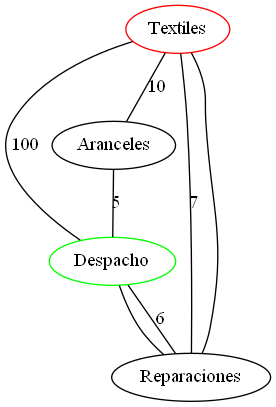
Before: Cliente/src/assets/arboles/grafo.png, a diagram exported from Graphviz (RojasCJP/EDD_VirtualMall_201900289). Its source is kept beside it as Cliente/src/assets/graphviz/grafo.dot. The source it was exported from:
```dot
graph grafo{
Textiles [color="red"];
Despacho [color="green"];
Aranceles--Despacho [label="5"];
Textiles--Despacho [label="100"];
Textiles--Aranceles [label="10"];
Reparaciones--Despacho [label="6"];
Reparaciones--Textiles [label="7"];
Despacho--Reparaciones;
Reparaciones--Textiles;
}
```
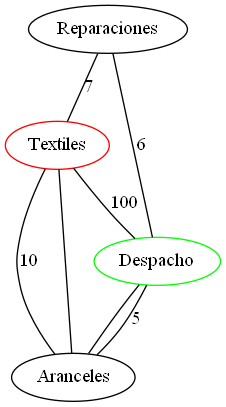
The same file after the commit.

The edit, as a diff of the source:
```diff
@@ -1,11 +1,4 @@
 graph grafo{
-Textiles [color="red"];
-Despacho [color="green"];
-Aranceles--Despacho [label="5"];
-Textiles--Despacho [label="100"];
-Textiles--Aranceles [label="10"];
-Reparaciones--Despacho [label="6"];
-Reparaciones--Textiles [label="7"];
-Despacho--Reparaciones;
-Reparaciones--Textiles;
+ [color="red"];
+ [color="green"];
 }
```
